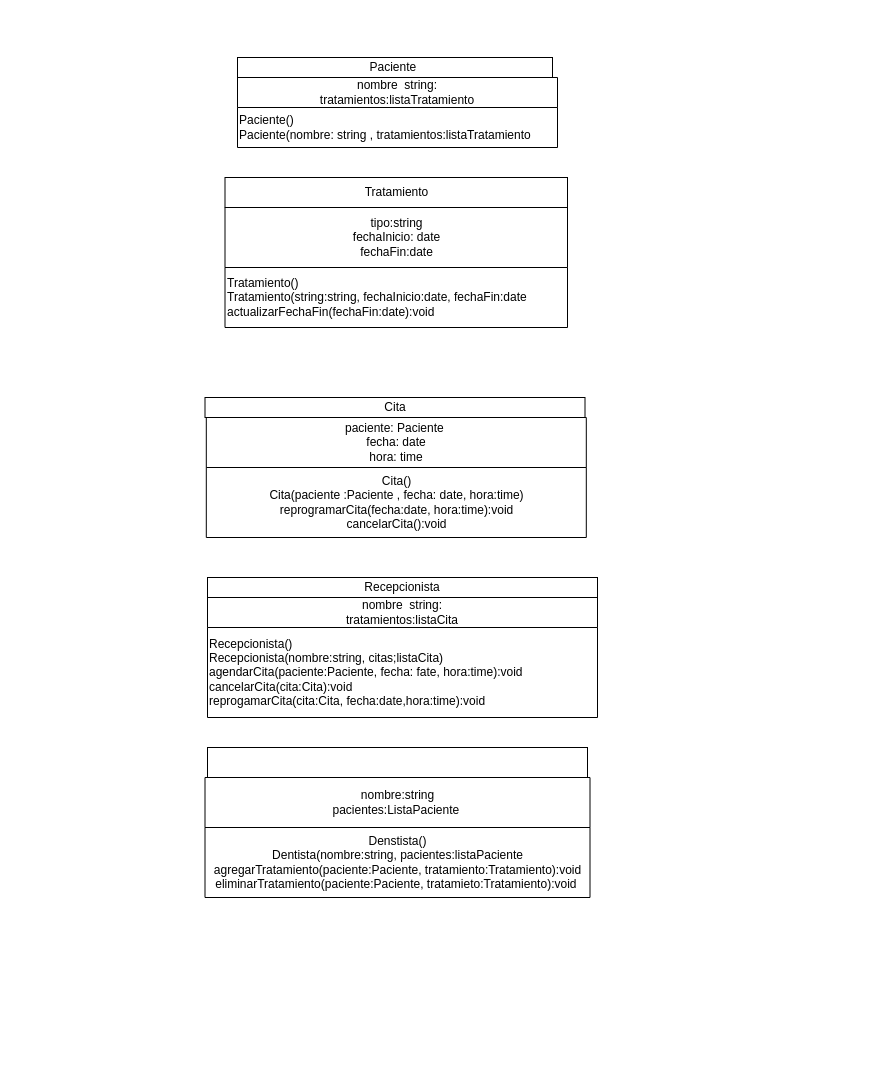
Earlier version of the draw.io diagram clases.drawio (A01799191/SistemaDenstista). Source tidied: cells renumbered, new cells numbered last; positions are measured from the earlier drawing's top-left corner, leaving out a move shared by most shapes. Both pictures are drawn from the tidied source at 100%, with x=0, y=0 at pixel (205, 57).
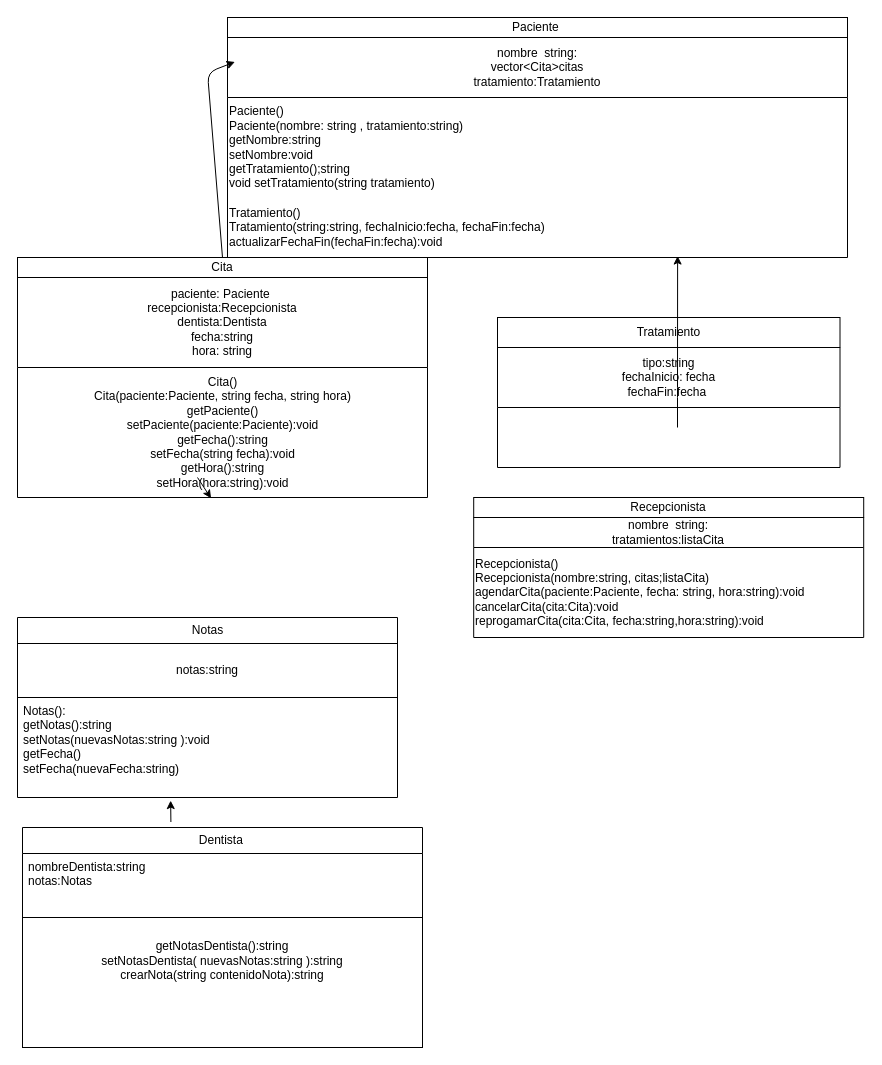
Above is the later version.

Change to the diagram source:
```diff
@@
-    <mxCell id="2" value="nombre&amp;nbsp; string:&lt;br&gt;tratamientos:listaTratamiento" style="swimlane;fontStyle=0;horizontal=1;startSize=30;whiteSpace=wrap;html=1;" parent="1" vertex="1">
-      <mxGeometry x="32" y="20" width="320" height="70" as="geometry" />
+    <mxCell id="2" value="nombre&amp;nbsp; string:&lt;br&gt;vector&amp;lt;Cita&amp;gt;citas&lt;br&gt;tratamiento:Tratamiento" style="swimlane;fontStyle=0;horizontal=1;startSize=60;whiteSpace=wrap;html=1;" parent="1" vertex="1">
+      <mxGeometry x="22" y="-20" width="620" height="220" as="geometry" />
     </mxCell>
-    <mxCell id="3" value="Paciente()&lt;br&gt;Paciente(nombre: string , tratamientos:listaTratamiento" style="text;html=1;align=left;verticalAlign=middle;strokeColor=none;fillColor=none;" parent="2" vertex="1">
-      <mxGeometry y="30" width="320" height="40" as="geometry" />
+    <mxCell id="3" value="Paciente()&lt;br&gt;Paciente(nombre: string , tratamiento:string)&lt;br&gt;getNombre:string&lt;br&gt;setNombre:void&lt;br&gt;getTratamiento();string&lt;br&gt;void setTratamiento(string tratamiento)" style="text;html=1;align=left;verticalAlign=middle;strokeColor=none;fillColor=none;" parent="2" vertex="1">
+      <mxGeometry y="60" width="620" height="100" as="geometry" />
     </mxCell>
+    <mxCell id="6" value="Tratamiento()&lt;br&gt;Tratamiento(string:string, fechaInicio:fecha, fechaFin:fecha)&lt;br&gt;actualizarFechaFin(fechaFin:fecha):void" style="text;html=1;align=left;verticalAlign=middle;points=[];strokeColor=none;fillColor=none;" parent="2" vertex="1">
+      <mxGeometry y="160" width="620" height="60" as="geometry" />
+    </mxCell>
     <mxCell id="4" value="Paciente&amp;nbsp;" style="rounded=0;whiteSpace=wrap;html=1;" parent="1" vertex="1">
-      <mxGeometry x="32" width="315" height="20" as="geometry" />
+      <mxGeometry x="22" y="-40" width="620" height="20" as="geometry" />
     </mxCell>
-    <mxCell id="5" value="tipo:string&lt;br&gt;fechaInicio: date&lt;br&gt;fechaFin:date" style="swimlane;fontStyle=0;horizontal=1;startSize=60;whiteSpace=wrap;html=1;" parent="1" vertex="1">
-      <mxGeometry x="19.5" y="150" width="342.5" height="120" as="geometry" />
+    <mxCell id="5" value="tipo:string&lt;br&gt;fechaInicio: fecha&lt;br&gt;fechaFin:fecha&amp;nbsp;" style="swimlane;fontStyle=0;horizontal=1;startSize=60;whiteSpace=wrap;html=1;" parent="1" vertex="1">
+      <mxGeometry x="292" y="290" width="342.5" height="120" as="geometry" />
     </mxCell>
-    <mxCell id="6" value="Tratamiento()&lt;br&gt;Tratamiento(string:string, fechaInicio:date, fechaFin:date&lt;br&gt;actualizarFechaFin(fechaFin:date):void" style="text;html=1;align=left;verticalAlign=middle;points=[];strokeColor=none;fillColor=none;" parent="5" vertex="1">
-      <mxGeometry y="60" width="342.5" height="60" as="geometry" />
-    </mxCell>
     <mxCell id="7" value="Tratamiento" style="rounded=0;whiteSpace=wrap;html=1;" parent="1" vertex="1">
-      <mxGeometry x="19.5" y="120" width="342.5" height="30" as="geometry" />
+      <mxGeometry x="292" y="260" width="342.5" height="30" as="geometry" />
     </mxCell>
     <mxCell id="8" value="nombre&amp;nbsp; string:&lt;br&gt;tratamientos:listaCita" style="swimlane;fontStyle=0;horizontal=1;startSize=30;whiteSpace=wrap;html=1;" parent="1" vertex="1">
-      <mxGeometry x="2" y="540" width="390" height="120" as="geometry" />
+      <mxGeometry x="268.2" y="460" width="390" height="120" as="geometry" />
     </mxCell>
-    <mxCell id="9" value="Recepcionista()&lt;br&gt;Recepcionista(nombre:string, citas;listaCita)&lt;br&gt;agendarCita(paciente:Paciente, fecha: fate, hora:time):void&lt;br&gt;cancelarCita(cita:Cita):void&lt;br&gt;reprogamarCita(cita:Cita, fecha:date,hora:time):void" style="text;html=1;align=left;verticalAlign=middle;strokeColor=none;fillColor=none;" parent="8" vertex="1">
+    <mxCell id="9" value="Recepcionista()&lt;br&gt;Recepcionista(nombre:string, citas;listaCita)&lt;br&gt;agendarCita(paciente:Paciente, fecha: string, hora:string):void&lt;br&gt;cancelarCita(cita:Cita):void&lt;br&gt;reprogamarCita(cita:Cita, fecha:string,hora:string):void" style="text;html=1;align=left;verticalAlign=middle;strokeColor=none;fillColor=none;" parent="8" vertex="1">
       <mxGeometry y="30" width="390" height="90" as="geometry" />
     </mxCell>
-    <mxCell id="10" value="paciente: Paciente&amp;nbsp;&lt;br&gt;fecha: date&lt;br&gt;hora: time" style="swimlane;fontStyle=0;horizontal=1;startSize=50;whiteSpace=wrap;html=1;" parent="1" vertex="1">
-      <mxGeometry x="0.8" y="360" width="380" height="120" as="geometry" />
+    <mxCell id="10" value="paciente: Paciente&amp;nbsp;&lt;br&gt;recepcionista:Recepcionista&lt;br&gt;dentista:Dentista&lt;br&gt;fecha:string&lt;br&gt;hora: string" style="swimlane;fontStyle=0;horizontal=1;startSize=90;whiteSpace=wrap;html=1;" parent="1" vertex="1">
+      <mxGeometry x="-188" y="220" width="410" height="220" as="geometry" />
     </mxCell>
-    <mxCell id="11" value="Cita()&lt;br&gt;Cita(paciente :Paciente , fecha: date, hora:time)&lt;br&gt;reprogramarCita(fecha:date, hora:time):void&lt;br&gt;cancelarCita():void" style="text;html=1;align=center;verticalAlign=middle;points=[];strokeColor=none;fillColor=none;" parent="10" vertex="1">
-      <mxGeometry y="50" width="380" height="70" as="geometry" />
+    <mxCell id="11" value="Cita()&lt;br&gt;Cita(paciente:Paciente, string fecha, string hora)&lt;br&gt;getPaciente()&lt;br&gt;setPaciente(paciente:Paciente):void&lt;br&gt;getFecha():string&lt;br&gt;setFecha(string fecha):void&lt;br&gt;getHora():string&lt;br&gt;setHora(hora:string):void" style="text;html=1;align=center;verticalAlign=middle;points=[];strokeColor=none;fillColor=none;" parent="10" vertex="1">
+      <mxGeometry y="90" width="410" height="130" as="geometry" />
     </mxCell>
+    <mxCell id="17" style="endArrow=classic;html=1;entryX=0.472;entryY=1.006;entryDx=0;entryDy=0;entryPerimeter=0;" parent="10" edge="1" target="11">
+      <mxGeometry relative="1" as="geometry">
+        <mxPoint x="180" y="200" as="sourcePoint" />
+      </mxGeometry>
+    </mxCell>
     <mxCell id="12" value="Cita" style="rounded=0;whiteSpace=wrap;html=1;" parent="1" vertex="1">
-      <mxGeometry x="-0.5" y="340" width="380" height="20" as="geometry" />
+      <mxGeometry x="-188" y="200" width="410" height="20" as="geometry" />
     </mxCell>
+    <mxCell id="18" style="endArrow=classic;html=1;exitX=0.5;exitY=0;exitDx=0;exitDy=0;entryX=0.012;entryY=0.111;entryDx=0;entryDy=0;entryPerimeter=0;" parent="1" edge="1" source="12" target="2">
+      <mxGeometry relative="1" as="geometry">
+        <Array as="points">
+          <mxPoint x="2" y="15" />
+        </Array>
+      </mxGeometry>
+    </mxCell>
+    <mxCell id="19" value="Notas" style="swimlane;fontStyle=0;horizontal=1;startSize=26;fillColor=none;html=1;" parent="1" vertex="1">
+      <mxGeometry x="-188" y="560" width="380" height="180" as="geometry" />
+    </mxCell>
+    <mxCell id="20" value="notas:string&lt;br&gt;" style="rounded=0;whiteSpace=wrap;html=1;" parent="19" vertex="1">
+      <mxGeometry y="26" width="380" height="54" as="geometry" />
+    </mxCell>
+    <mxCell id="21" value="Notas():&lt;br&gt;getNotas():string&lt;br&gt;setNotas(nuevasNotas:string ):void&lt;br&gt;getFecha()&lt;br&gt;setFecha(nuevaFecha:string)" style="text;strokeColor=none;fillColor=none;align=left;verticalAlign=top;spacingLeft=4;spacingRight=4;overflow=hidden;points=[[0,0.5],[1,0.5]];portConstraint=eastwest;whiteSpace=wrap;html=1;" parent="19" vertex="1">
+      <mxGeometry y="80" width="380" height="100" as="geometry" />
+    </mxCell>
+    <mxCell id="22" value="Dentista&amp;nbsp;" style="swimlane;fontStyle=0;horizontal=1;startSize=26;fillColor=none;html=1;" parent="1" vertex="1">
+      <mxGeometry x="-183" y="770" width="400" height="220" as="geometry" />
+    </mxCell>
+    <mxCell id="23" value="nombreDentista:string&lt;br&gt;notas:Notas&amp;nbsp;" style="text;strokeColor=none;fillColor=none;align=left;verticalAlign=top;spacingLeft=4;spacingRight=4;overflow=hidden;whiteSpace=wrap;html=1;" parent="22" vertex="1">
+      <mxGeometry y="26" width="400" height="64" as="geometry" />
+    </mxCell>
+    <mxCell id="24" value="getNotasDentista():string&lt;br&gt;setNotasDentista( nuevasNotas:string ):string&lt;br&gt;crearNota(string contenidoNota):string&lt;br&gt;&lt;br&gt;&lt;br&gt;&amp;nbsp;" style="rounded=0;whiteSpace=wrap;html=1;" parent="22" vertex="1">
+      <mxGeometry y="90" width="400" height="130" as="geometry" />
+    </mxCell>
     <mxCell id="13" value="Recepcionista" style="rounded=0;whiteSpace=wrap;html=1;" parent="1" vertex="1">
-      <mxGeometry x="2" y="520" width="390" height="20" as="geometry" />
+      <mxGeometry x="268.2" y="440" width="390" height="20" as="geometry" />
     </mxCell>
-    <mxCell id="14" value="nombre:string&lt;br&gt;pacientes:ListaPaciente&amp;nbsp;" style="swimlane;fontStyle=0;horizontal=1;startSize=50;whiteSpace=wrap;html=1;" parent="1" vertex="1">
-      <mxGeometry x="-0.5" y="720" width="385" height="120" as="geometry" />
-    </mxCell>
-    <mxCell id="15" value="Denstista()&lt;br&gt;Dentista(nombre:string, pacientes:listaPaciente&lt;br&gt;agregarTratamiento(paciente:Paciente, tratamiento:Tratamiento):void&lt;br&gt;eliminarTratamiento(paciente:Paciente, tratamieto:Tratamiento):void&amp;nbsp;" style="text;html=1;align=center;verticalAlign=middle;strokeColor=none;fillColor=none;" parent="14" vertex="1">
-      <mxGeometry y="50" width="385" height="70" as="geometry" />
-    </mxCell>
-    <mxCell id="16" style="rounded=0;whiteSpace=wrap;html=1;" parent="1" vertex="1">
-      <mxGeometry x="2" y="690" width="380" height="30" as="geometry" />
-    </mxCell>
+    <mxCell id="25" style="endArrow=classic;html=1;entryX=0.726;entryY=0.976;entryDx=0;entryDy=0;entryPerimeter=0;" parent="1" edge="1" target="6">
+      <mxGeometry relative="1" as="geometry">
+        <mxPoint x="472" y="370" as="sourcePoint" />
+        <Array as="points">
+          <mxPoint x="472" y="340" />
+        </Array>
+      </mxGeometry>
+    </mxCell>
+    <mxCell id="26" style="endArrow=classic;html=1;entryX=0.403;entryY=1.031;entryDx=0;entryDy=0;entryPerimeter=0;exitX=0.371;exitY=-0.025;exitDx=0;exitDy=0;exitPerimeter=0;" parent="1" edge="1" source="22" target="21">
+      <mxGeometry relative="1" as="geometry" />
+    </mxCell>
```
